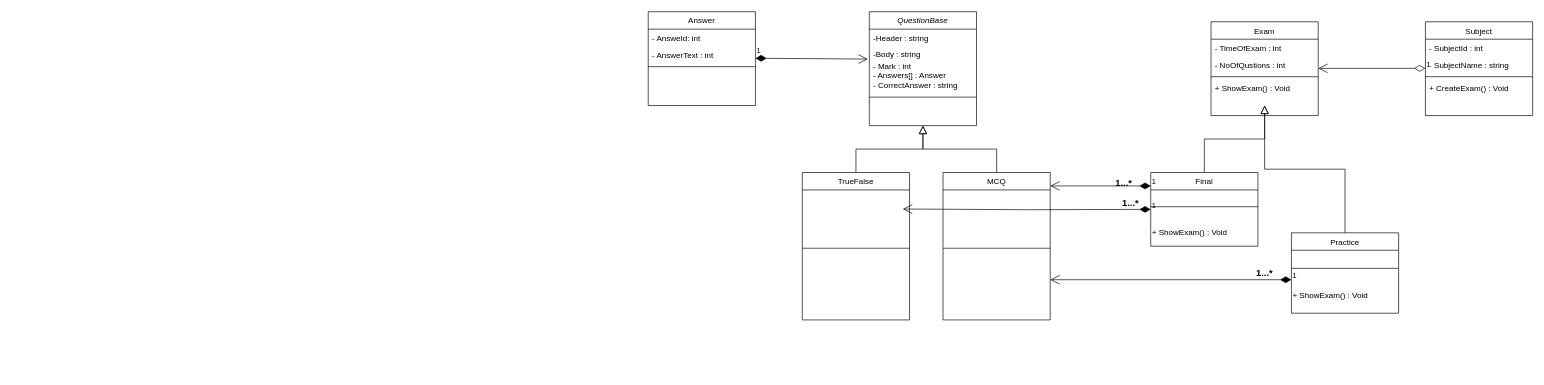
This is UMLFI.drawio from kiro314159265359/Assi-01-Solution, a draw.io file, before an edit. Source tidied: cells renumbered, new cells numbered last; positions are measured from the earlier drawing's top-left corner, leaving out a move shared by most shapes. Both pictures are drawn from the tidied source at 67%, with x=0, y=0 at pixel (648, 11).
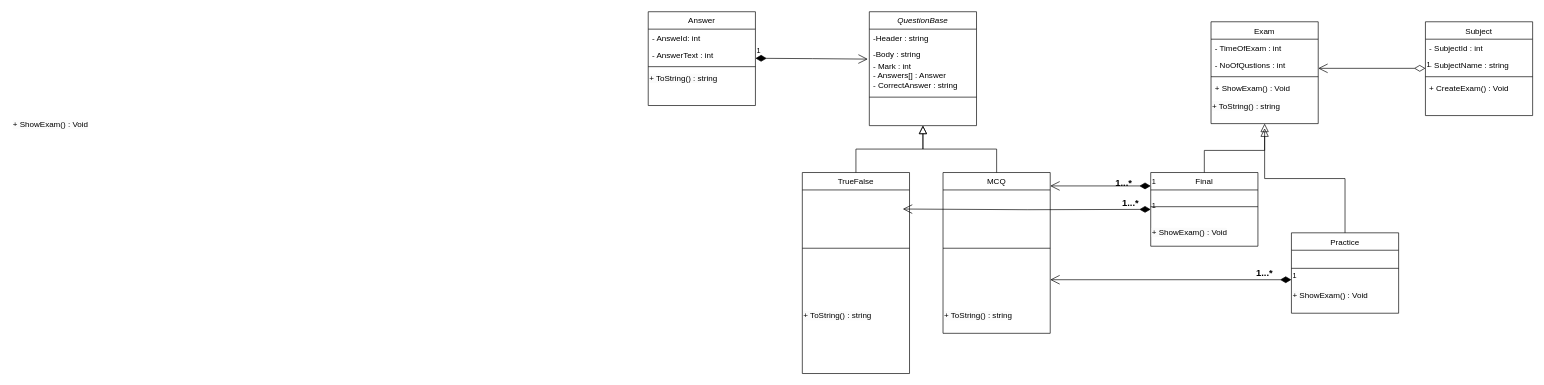
After the change.

The change refers to these unchanged cells:
```xml
<mxCell id="21" value="Final" style="swimlane;fontStyle=0;align=center;verticalAlign=top;horizontal=1;startSize=26;rounded=0;shadow=0;strokeWidth=1;" parent="1" vertex="1">
  <mxGeometry x="750" y="240" width="160" height="110" as="geometry" />
</mxCell>
<mxCell id="24" value="Practice" style="swimlane;fontStyle=0;align=center;verticalAlign=top;horizontal=1;startSize=26;rounded=0;shadow=0;strokeWidth=1;" parent="1" vertex="1">
  <mxGeometry x="960" y="330" width="160" height="120" as="geometry" />
</mxCell>
<mxCell id="27" value="Answer" style="swimlane;fontStyle=0;align=center;verticalAlign=top;horizontal=1;startSize=26;rounded=0;shadow=0;strokeWidth=1;" parent="1" vertex="1">
  <mxGeometry width="160" height="140" as="geometry" />
</mxCell>
```

The edit, as a diff of the source:
```diff
@@
     <mxCell id="6" value="TrueFalse" style="swimlane;fontStyle=0;align=center;verticalAlign=top;horizontal=1;startSize=26;rounded=0;shadow=0;strokeWidth=1;" parent="1" vertex="1">
-      <mxGeometry x="230" y="240" width="160" height="220" as="geometry" />
+      <mxGeometry x="230" y="240" width="160" height="300" as="geometry" />
     </mxCell>
@@
+    <mxCell id="43" value="&lt;span style=&quot;color: rgb(0, 0, 0); font-family: Helvetica; font-size: 12px; font-style: normal; font-variant-ligatures: normal; font-variant-caps: normal; font-weight: 400; letter-spacing: normal; orphans: 2; text-align: left; text-indent: 0px; text-transform: none; widows: 2; word-spacing: 0px; -webkit-text-stroke-width: 0px; white-space: nowrap; background-color: rgb(251, 251, 251); text-decoration-thickness: initial; text-decoration-style: initial; text-decoration-color: initial; float: none; display: inline !important;&quot;&gt;+ ToString() : string&lt;/span&gt;" style="text;whiteSpace=wrap;html=1;" parent="6" vertex="1">
+      <mxGeometry y="200" width="160" height="40" as="geometry" />
+    </mxCell>
@@
     <mxCell id="9" value="MCQ" style="swimlane;fontStyle=0;align=center;verticalAlign=top;horizontal=1;startSize=26;rounded=0;shadow=0;strokeWidth=1;" parent="1" vertex="1">
-      <mxGeometry x="440" y="240" width="160" height="220" as="geometry" />
+      <mxGeometry x="440" y="240" width="160" height="240" as="geometry" />
     </mxCell>
@@
+    <mxCell id="44" value="&lt;span style=&quot;color: rgb(0, 0, 0); font-family: Helvetica; font-size: 12px; font-style: normal; font-variant-ligatures: normal; font-variant-caps: normal; font-weight: 400; letter-spacing: normal; orphans: 2; text-align: left; text-indent: 0px; text-transform: none; widows: 2; word-spacing: 0px; -webkit-text-stroke-width: 0px; white-space: nowrap; background-color: rgb(251, 251, 251); text-decoration-thickness: initial; text-decoration-style: initial; text-decoration-color: initial; float: none; display: inline !important;&quot;&gt;+ ToString() : string&lt;/span&gt;" style="text;whiteSpace=wrap;html=1;" parent="9" vertex="1">
+      <mxGeometry y="200" width="160" height="40" as="geometry" />
+    </mxCell>
@@
     <mxCell id="13" value="Exam" style="swimlane;fontStyle=0;align=center;verticalAlign=top;horizontal=1;startSize=26;rounded=0;shadow=0;strokeWidth=1;" parent="1" vertex="1">
-      <mxGeometry x="840" y="15" width="160" height="140" as="geometry" />
+      <mxGeometry x="840" y="15" width="160" height="152" as="geometry" />
     </mxCell>
@@
-    <mxCell id="18" style="endArrow=block;endSize=10;endFill=0;shadow=0;strokeWidth=1;rounded=0;curved=0;edgeStyle=elbowEdgeStyle;elbow=vertical;exitX=0.5;exitY=0;exitDx=0;exitDy=0;" parent="13" edge="1" source="24">
-      <mxGeometry relative="1" as="geometry">
-        <mxPoint x="80" y="125" as="targetPoint" />
-      </mxGeometry>
-    </mxCell>
-    <mxCell id="19" style="endArrow=block;endSize=10;endFill=0;shadow=0;strokeWidth=1;rounded=0;curved=0;edgeStyle=elbowEdgeStyle;elbow=vertical;exitX=0.5;exitY=0;exitDx=0;exitDy=0;" parent="13" edge="1" source="21">
-      <mxGeometry relative="1" as="geometry">
-        <mxPoint x="80" y="125" as="targetPoint" />
-      </mxGeometry>
-    </mxCell>
+    <mxCell id="45" value="&lt;span style=&quot;color: rgb(0, 0, 0); font-family: Helvetica; font-size: 12px; font-style: normal; font-variant-ligatures: normal; font-variant-caps: normal; font-weight: 400; letter-spacing: normal; orphans: 2; text-align: left; text-indent: 0px; text-transform: none; widows: 2; word-spacing: 0px; -webkit-text-stroke-width: 0px; white-space: nowrap; background-color: rgb(251, 251, 251); text-decoration-thickness: initial; text-decoration-style: initial; text-decoration-color: initial; float: none; display: inline !important;&quot;&gt;+ ToString() : string&lt;/span&gt;" style="text;whiteSpace=wrap;html=1;" parent="13" vertex="1">
+      <mxGeometry y="112" width="160" height="40" as="geometry" />
+    </mxCell>
@@
+    <mxCell id="46" value="&lt;span style=&quot;color: rgb(0, 0, 0); font-family: Helvetica; font-size: 12px; font-style: normal; font-variant-ligatures: normal; font-variant-caps: normal; font-weight: 400; letter-spacing: normal; orphans: 2; text-align: left; text-indent: 0px; text-transform: none; widows: 2; word-spacing: 0px; -webkit-text-stroke-width: 0px; white-space: nowrap; background-color: rgb(251, 251, 251); text-decoration-thickness: initial; text-decoration-style: initial; text-decoration-color: initial; float: none; display: inline !important;&quot;&gt;+ ToString() : string&lt;/span&gt;" style="text;whiteSpace=wrap;html=1;" parent="27" vertex="1">
+      <mxGeometry y="86" width="160" height="40" as="geometry" />
+    </mxCell>
@@
+    <mxCell id="47" value="&lt;span style=&quot;color: rgb(0, 0, 0); font-family: Helvetica; font-size: 12px; font-style: normal; font-variant-ligatures: normal; font-variant-caps: normal; font-weight: 400; letter-spacing: normal; orphans: 2; text-align: left; text-indent: 0px; text-transform: none; widows: 2; word-spacing: 0px; -webkit-text-stroke-width: 0px; white-space: nowrap; background-color: rgb(251, 251, 251); text-decoration-thickness: initial; text-decoration-style: initial; text-decoration-color: initial; display: inline !important; float: none;&quot;&gt;+ ShowExam() : Void&lt;/span&gt;" style="text;whiteSpace=wrap;html=1;" parent="1" vertex="1">
+      <mxGeometry x="-950" y="155" width="160" height="40" as="geometry" />
+    </mxCell>
+    <mxCell id="19" style="endArrow=block;endSize=10;endFill=0;shadow=0;strokeWidth=1;rounded=0;curved=0;edgeStyle=elbowEdgeStyle;elbow=vertical;exitX=0.5;exitY=0;exitDx=0;exitDy=0;" parent="1" edge="1" source="21">
+      <mxGeometry relative="1" as="geometry">
+        <mxPoint x="920" y="174" as="targetPoint" />
+      </mxGeometry>
+    </mxCell>
+    <mxCell id="18" style="endArrow=block;endSize=10;endFill=0;shadow=0;strokeWidth=1;rounded=0;curved=0;edgeStyle=elbowEdgeStyle;elbow=vertical;exitX=0.5;exitY=0;exitDx=0;exitDy=0;entryX=0.5;entryY=1;entryDx=0;entryDy=0;" parent="1" edge="1" source="24" target="13">
+      <mxGeometry relative="1" as="geometry" />
+    </mxCell>
```
